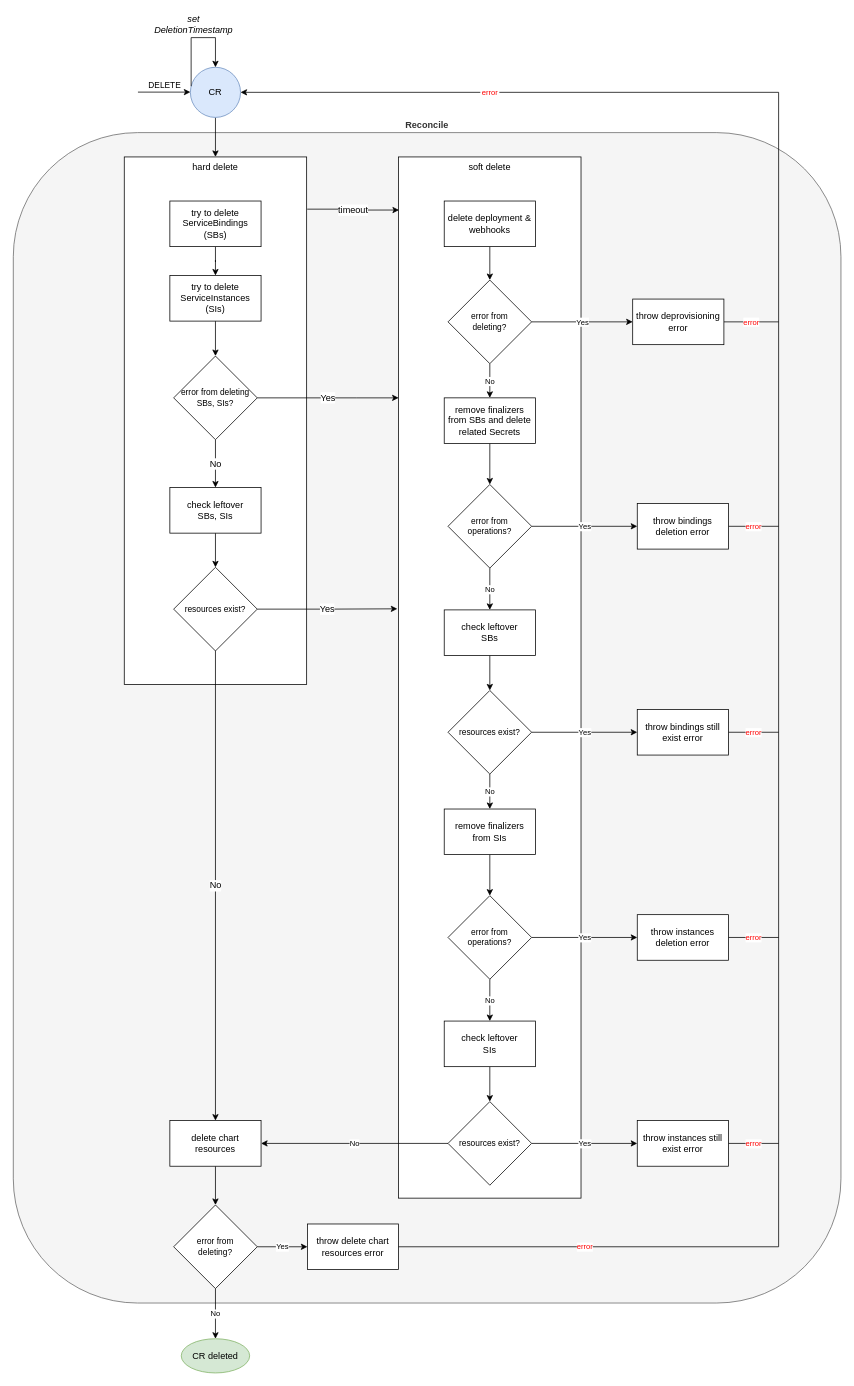
kyma-project/btp-manager keeps this draw.io diagram as docs/assets/activity_deprovisioning.drawio. Above is the earlier version. Source tidied: cells renumbered, new cells numbered last; positions are measured from the earlier drawing's top-left corner, leaving out a move shared by most shapes. Both pictures are drawn from the tidied source at 76%, with x=0, y=0 at pixel (13, 37).
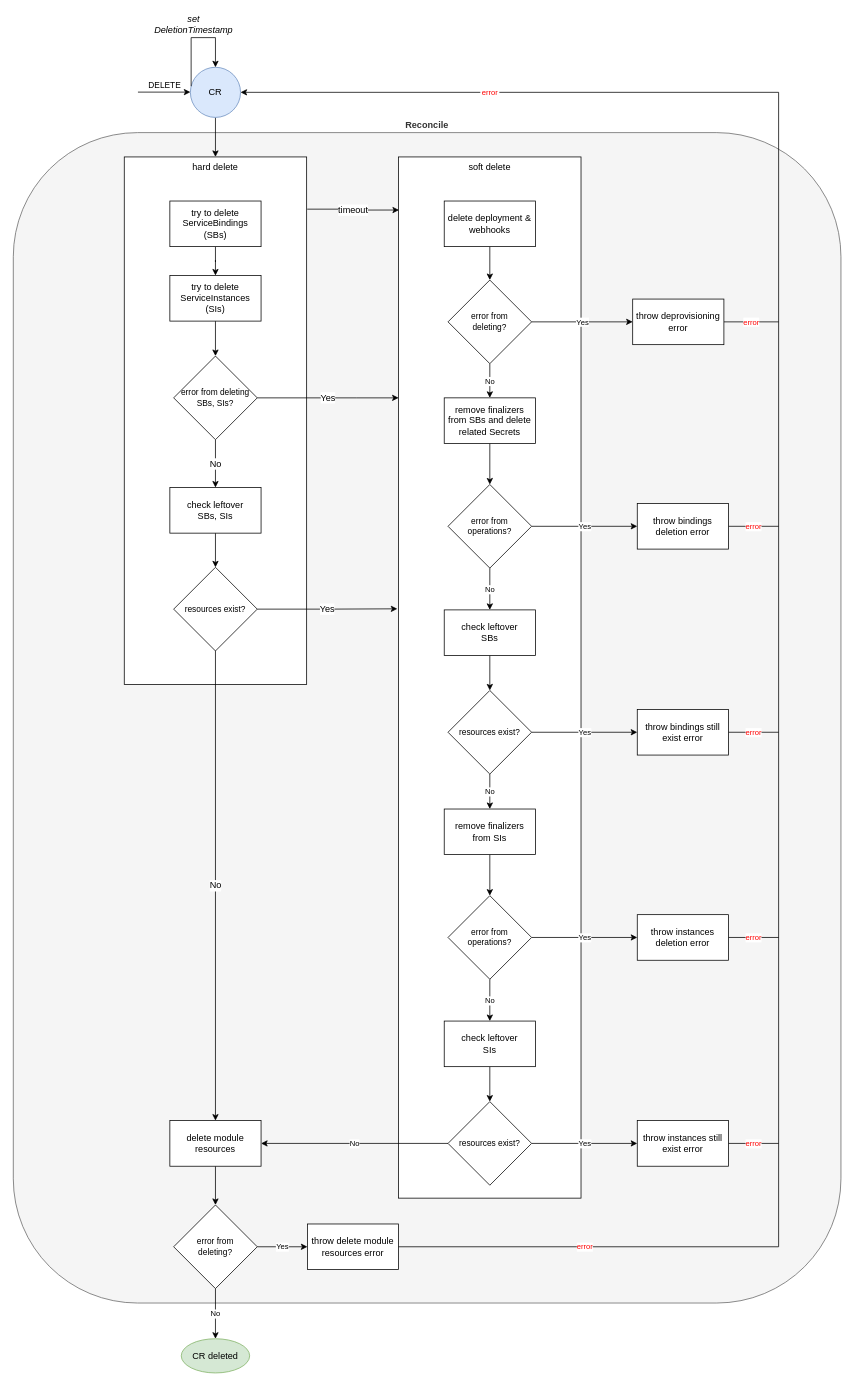
The same diagram, later.

Commit message (it also covers changes not shown here):
Refactor deprovisioning to use module resources instead of chart (#193)

Diff of the diagram source:
```diff
@@
-    <mxCell id="23" value="delete chart resources" style="rounded=0;whiteSpace=wrap;html=1;" parent="1" vertex="1">
+    <mxCell id="23" value="delete module resources" style="rounded=0;whiteSpace=wrap;html=1;" parent="1" vertex="1">
       <mxGeometry x="206" y="1425" width="120" height="60" as="geometry" />
     </mxCell>
@@
-    <mxCell id="63" value="throw delete chart resources error" style="rounded=0;whiteSpace=wrap;html=1;" parent="1" vertex="1">
+    <mxCell id="63" value="throw delete module resources error" style="rounded=0;whiteSpace=wrap;html=1;" parent="1" vertex="1">
       <mxGeometry x="387" y="1561" width="120" height="60" as="geometry" />
     </mxCell>
```
